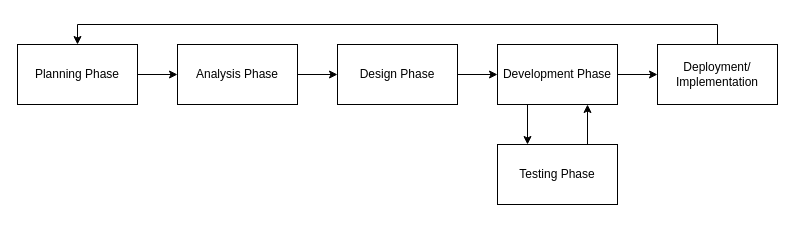
IIvanov21/GitHubExampleSetup keeps this draw.io diagram as GDLC.drawio. Above is the earlier version. Source tidied: cells renumbered, new cells numbered last; positions are measured from the earlier drawing's top-left corner, leaving out a move shared by most shapes. Both pictures are drawn from the tidied source at 100%, with x=0, y=0 at pixel (17, 44).
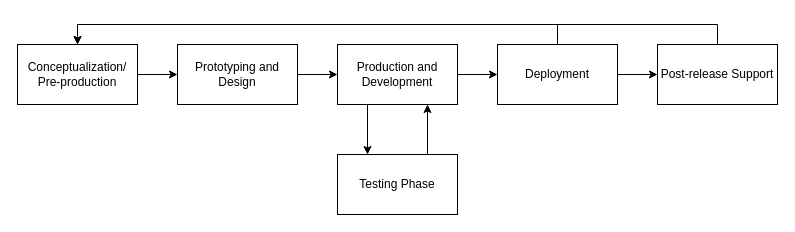
The same page after the edit.

Change to the diagram source:
```diff
@@
 <mxGraphModel>
   <root>
     <mxCell id="0" />
     <mxCell id="1" parent="0" />
-    <mxCell id="2" value="Planning Phase" style="rounded=0;whiteSpace=wrap;html=1;" parent="1" vertex="1">
+    <mxCell id="2" value="Conceptualization/&lt;div&gt;Pre-production&lt;/div&gt;" style="rounded=0;whiteSpace=wrap;html=1;" parent="1" vertex="1">
       <mxGeometry width="120" height="60" as="geometry" />
     </mxCell>
     <mxCell id="3" style="edgeStyle=orthogonalEdgeStyle;rounded=0;jettySize=auto;html=1;exitX=1;exitY=0.5;exitDx=0;exitDy=0;entryX=0;entryY=0.5;entryDx=0;entryDy=0;" parent="1" edge="1" source="4" target="6">
       <mxGeometry relative="1" as="geometry" />
     </mxCell>
-    <mxCell id="4" value="Analysis Phase" style="rounded=0;whiteSpace=wrap;html=1;" parent="1" vertex="1">
+    <mxCell id="4" value="Prototyping and&lt;div&gt;Design&lt;/div&gt;" style="rounded=0;whiteSpace=wrap;html=1;" parent="1" vertex="1">
       <mxGeometry x="160" width="120" height="60" as="geometry" />
     </mxCell>
     <mxCell id="5" style="edgeStyle=orthogonalEdgeStyle;rounded=0;jettySize=auto;html=1;exitX=1;exitY=0.5;exitDx=0;exitDy=0;" parent="1" edge="1" source="6" target="9">
       <mxGeometry relative="1" as="geometry" />
     </mxCell>
+    <mxCell id="15" style="edgeStyle=orthogonalEdgeStyle;rounded=0;jettySize=auto;html=1;exitX=0.25;exitY=1;exitDx=0;exitDy=0;entryX=0.25;entryY=0;entryDx=0;entryDy=0;" parent="1" edge="1" source="6" target="11">
+      <mxGeometry relative="1" as="geometry" />
+    </mxCell>
-    <mxCell id="6" value="Design Phase" style="rounded=0;whiteSpace=wrap;html=1;" parent="1" vertex="1">
+    <mxCell id="6" value="Production and Development" style="rounded=0;whiteSpace=wrap;html=1;" parent="1" vertex="1">
       <mxGeometry x="320" width="120" height="60" as="geometry" />
     </mxCell>
     <mxCell id="7" style="edgeStyle=orthogonalEdgeStyle;rounded=0;jettySize=auto;html=1;exitX=1;exitY=0.5;exitDx=0;exitDy=0;entryX=0;entryY=0.5;entryDx=0;entryDy=0;" parent="1" edge="1" source="9" target="13">
       <mxGeometry relative="1" as="geometry" />
     </mxCell>
-    <mxCell id="8" style="edgeStyle=orthogonalEdgeStyle;rounded=0;jettySize=auto;html=1;exitX=0.25;exitY=1;exitDx=0;exitDy=0;entryX=0.25;entryY=0;entryDx=0;entryDy=0;" parent="1" edge="1" source="9" target="11">
-      <mxGeometry relative="1" as="geometry" />
-    </mxCell>
+    <mxCell id="16" style="edgeStyle=orthogonalEdgeStyle;rounded=0;jettySize=auto;html=1;exitX=0.5;exitY=0;exitDx=0;exitDy=0;entryX=0.5;entryY=0;entryDx=0;entryDy=0;" parent="1" edge="1" source="9" target="2">
+      <mxGeometry relative="1" as="geometry" />
+    </mxCell>
-    <mxCell id="9" value="Development Phase" style="rounded=0;whiteSpace=wrap;html=1;" parent="1" vertex="1">
+    <mxCell id="9" value="Deployment" style="rounded=0;whiteSpace=wrap;html=1;" parent="1" vertex="1">
       <mxGeometry x="480" width="120" height="60" as="geometry" />
     </mxCell>
-    <mxCell id="10" style="edgeStyle=orthogonalEdgeStyle;rounded=0;jettySize=auto;html=1;exitX=0.75;exitY=0;exitDx=0;exitDy=0;entryX=0.75;entryY=1;entryDx=0;entryDy=0;" parent="1" edge="1" source="11" target="9">
-      <mxGeometry relative="1" as="geometry" />
-    </mxCell>
+    <mxCell id="17" style="edgeStyle=orthogonalEdgeStyle;rounded=0;jettySize=auto;html=1;exitX=0.75;exitY=0;exitDx=0;exitDy=0;entryX=0.75;entryY=1;entryDx=0;entryDy=0;" parent="1" edge="1" source="11" target="6">
+      <mxGeometry relative="1" as="geometry" />
+    </mxCell>
     <mxCell id="11" value="Testing Phase" style="rounded=0;whiteSpace=wrap;html=1;" parent="1" vertex="1">
-      <mxGeometry x="480" y="100" width="120" height="60" as="geometry" />
+      <mxGeometry x="320" y="110" width="120" height="60" as="geometry" />
     </mxCell>
     <mxCell id="12" style="edgeStyle=orthogonalEdgeStyle;rounded=0;jettySize=auto;html=1;exitX=0.5;exitY=0;exitDx=0;exitDy=0;entryX=0.5;entryY=0;entryDx=0;entryDy=0;" parent="1" edge="1" source="13" target="2">
       <mxGeometry relative="1" as="geometry" />
     </mxCell>
-    <mxCell id="13" value="Deployment/&lt;div&gt;Implementation&lt;/div&gt;" style="rounded=0;whiteSpace=wrap;html=1;" parent="1" vertex="1">
+    <mxCell id="13" value="Post-release Support" style="rounded=0;whiteSpace=wrap;html=1;" parent="1" vertex="1">
       <mxGeometry x="640" width="120" height="60" as="geometry" />
     </mxCell>
     <mxCell id="14" style="endArrow=classic;html=1;rounded=0;exitX=1;exitY=0.5;exitDx=0;exitDy=0;entryX=0;entryY=0.5;entryDx=0;entryDy=0;" parent="1" edge="1" source="2" target="4">
       <mxGeometry relative="1" as="geometry" />
     </mxCell>
   </root>
 </mxGraphModel>
```
